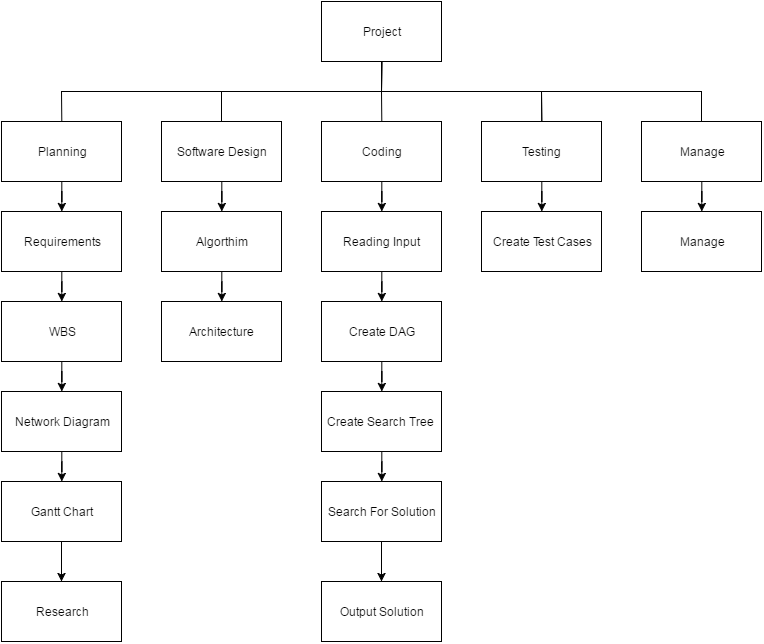
Before: WBS.png, a diagram exported from draw.io (JohPa8696/Softeng306-Project1). Source tidied: cells renumbered, new cells last; positions are measured from the earlier drawing's top-left corner, leaving out a move shared by most shapes.
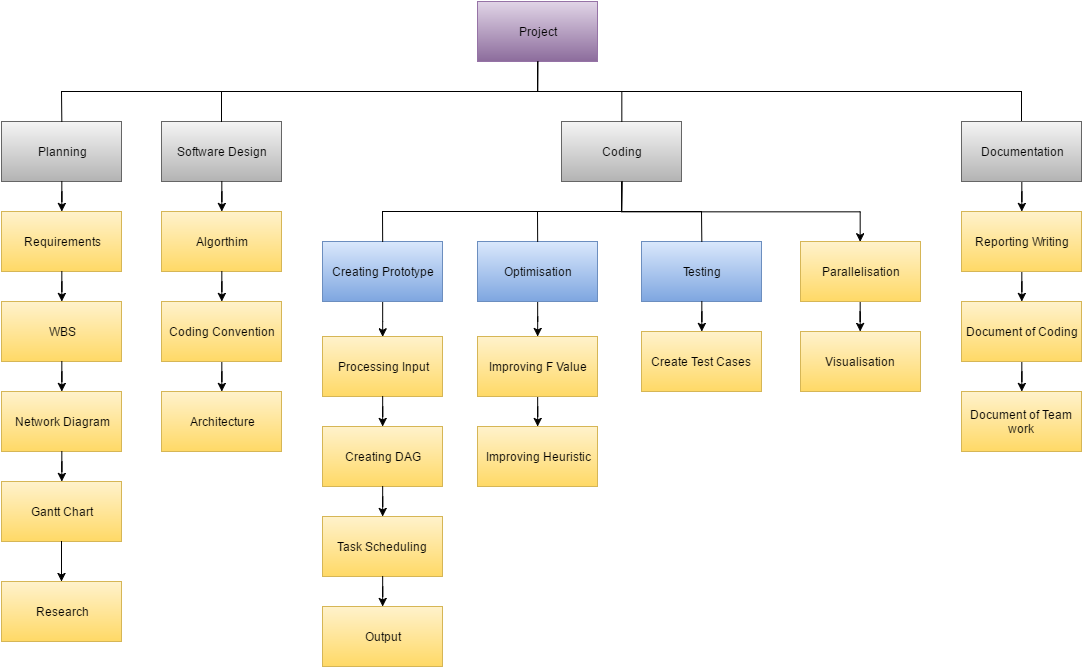
Above is the later version.

What changed in the source:
```diff
@@ -2,99 +2,66 @@
   <root>
     <mxCell id="0" style="html=1;" />
     <mxCell id="1" style="html=1;" parent="0" />
-    <mxCell id="2" value="Project" style="whiteSpace=wrap;html=1;" parent="1" vertex="1">
-      <mxGeometry x="320" width="120" height="60" as="geometry" />
+    <mxCell id="2" value="Project" style="whiteSpace=wrap;html=1;plain-purple;" parent="1" vertex="1">
+      <mxGeometry x="476" width="120" height="60" as="geometry" />
     </mxCell>
-    <mxCell id="3" value="Planning" style="whiteSpace=wrap;html=1;" parent="1" vertex="1">
+    <mxCell id="3" value="Planning" style="whiteSpace=wrap;html=1;plain-gray;" parent="1" vertex="1">
       <mxGeometry y="120" width="120" height="60" as="geometry" />
     </mxCell>
-    <mxCell id="4" value="Requirements" style="whiteSpace=wrap;html=1;" parent="1" vertex="1">
+    <mxCell id="4" value="Requirements" style="whiteSpace=wrap;html=1;plain-yellow;" parent="1" vertex="1">
       <mxGeometry y="210" width="120" height="60" as="geometry" />
     </mxCell>
-    <mxCell id="5" value="Testing" style="whiteSpace=wrap;html=1;" parent="1" vertex="1">
-      <mxGeometry x="480" y="120" width="120" height="60" as="geometry" />
+    <mxCell id="5" value="Testing" style="whiteSpace=wrap;html=1;plain-blue;" parent="1" vertex="1">
+      <mxGeometry x="640" y="240" width="120" height="60" as="geometry" />
     </mxCell>
-    <mxCell id="6" value="WBS" style="whiteSpace=wrap;html=1;" parent="1" vertex="1">
+    <mxCell id="6" value="WBS" style="whiteSpace=wrap;html=1;plain-yellow;" parent="1" vertex="1">
       <mxGeometry y="300" width="120" height="60" as="geometry" />
     </mxCell>
-    <mxCell id="7" value="Manage" style="whiteSpace=wrap;html=1;" parent="1" vertex="1">
-      <mxGeometry x="640" y="120" width="120" height="60" as="geometry" />
-    </mxCell>
-    <mxCell id="8" value="Network Diagram" style="whiteSpace=wrap;html=1;" parent="1" vertex="1">
+    <mxCell id="8" value="Network Diagram" style="whiteSpace=wrap;html=1;plain-yellow;" parent="1" vertex="1">
       <mxGeometry y="390" width="120" height="60" as="geometry" />
     </mxCell>
-    <mxCell id="9" value="Create Test Cases" style="whiteSpace=wrap;html=1;" parent="1" vertex="1">
-      <mxGeometry x="480" y="210" width="120" height="60" as="geometry" />
+    <mxCell id="9" value="Create Test Cases" style="whiteSpace=wrap;html=1;plain-yellow;" parent="1" vertex="1">
+      <mxGeometry x="640" y="330" width="120" height="60" as="geometry" />
     </mxCell>
-    <mxCell id="10" style="edgeStyle=orthogonalEdgeStyle;rounded=0;html=1;jettySize=auto;" parent="1" edge="1" source="11" target="18">
-      <mxGeometry relative="1" as="geometry" />
-    </mxCell>
-    <mxCell id="11" value="Gantt Chart" style="whiteSpace=wrap;html=1;" parent="1" vertex="1">
+    <mxCell id="11" value="Gantt Chart" style="whiteSpace=wrap;html=1;plain-yellow;" parent="1" vertex="1">
       <mxGeometry y="480" width="120" height="60" as="geometry" />
     </mxCell>
-    <mxCell id="12" style="edgeStyle=orthogonalEdgeStyle;rounded=0;html=1;jettySize=auto;" parent="1" edge="1" source="13" target="15">
-      <mxGeometry relative="1" as="geometry" />
-    </mxCell>
-    <mxCell id="13" value="&lt;span&gt;Software Design&lt;/span&gt;" style="whiteSpace=wrap;html=1;" parent="1" vertex="1">
+    <mxCell id="13" value="&lt;span&gt;Software Design&lt;/span&gt;" style="whiteSpace=wrap;html=1;plain-gray;" parent="1" vertex="1">
       <mxGeometry x="160" y="120" width="120" height="60" as="geometry" />
     </mxCell>
-    <mxCell id="14" style="edgeStyle=orthogonalEdgeStyle;rounded=0;html=1;jettySize=auto;" parent="1" edge="1" source="15" target="16">
-      <mxGeometry relative="1" as="geometry" />
-    </mxCell>
-    <mxCell id="15" value="Algorthim" style="whiteSpace=wrap;html=1;" parent="1" vertex="1">
+    <mxCell id="15" value="Algorthim" style="whiteSpace=wrap;html=1;plain-yellow;" parent="1" vertex="1">
       <mxGeometry x="160" y="210" width="120" height="60" as="geometry" />
     </mxCell>
+    <mxCell id="17" style="edgeStyle=elbowEdgeStyle;elbow=vertical;rounded=0;endArrow=none;endFill=0;html=1;exitX=0.5;exitY=1;" parent="1" edge="1" source="2" target="59">
+      <mxGeometry relative="1" as="geometry">
+        <Array as="points">
+          <mxPoint x="536" y="90" />
+          <mxPoint x="410" y="90" />
+          <mxPoint x="380" y="70" />
+          <mxPoint x="590" y="90" />
+        </Array>
+      </mxGeometry>
+    </mxCell>
+    <mxCell id="42" style="edgeStyle=orthogonalEdgeStyle;rounded=0;html=1;jettySize=auto;" parent="1" edge="1" source="16" target="43">
+      <mxGeometry relative="1" as="geometry" />
+    </mxCell>
-    <mxCell id="16" value="Architecture" style="whiteSpace=wrap;html=1;" parent="1" vertex="1">
+    <mxCell id="16" value="Coding Convention" style="whiteSpace=wrap;html=1;plain-yellow;" parent="1" vertex="1">
       <mxGeometry x="160" y="300" width="120" height="60" as="geometry" />
     </mxCell>
-    <mxCell id="17" style="edgeStyle=elbowEdgeStyle;elbow=vertical;rounded=0;endArrow=none;endFill=0;html=1;" parent="1" edge="1" target="7">
-      <mxGeometry relative="1" as="geometry">
-        <mxPoint x="380" y="70" as="sourcePoint" />
-        <Array as="points">
-          <mxPoint x="370" y="90" />
-          <mxPoint x="410" y="90" />
-          <mxPoint x="380" y="70" />
-          <mxPoint x="590" y="90" />
-        </Array>
-      </mxGeometry>
-    </mxCell>
+    <mxCell id="43" value="Architecture" style="whiteSpace=wrap;html=1;plain-yellow;" parent="1" vertex="1">
+      <mxGeometry x="160" y="390" width="120" height="60" as="geometry" />
+    </mxCell>
-    <mxCell id="18" value="Research" style="whiteSpace=wrap;html=1;" parent="1" vertex="1">
+    <mxCell id="18" value="Research" style="whiteSpace=wrap;html=1;plain-yellow;" parent="1" vertex="1">
       <mxGeometry y="580" width="120" height="60" as="geometry" />
     </mxCell>
-    <mxCell id="19" value="Manage" style="whiteSpace=wrap;html=1;" parent="1" vertex="1">
-      <mxGeometry x="640" y="210" width="120" height="60" as="geometry" />
-    </mxCell>
-    <mxCell id="20" style="edgeStyle=orthogonalEdgeStyle;rounded=0;html=1;jettySize=auto;" parent="1" edge="1" source="21" target="23">
-      <mxGeometry relative="1" as="geometry" />
-    </mxCell>
-    <mxCell id="21" value="Reading Input" style="whiteSpace=wrap;html=1;" parent="1" vertex="1">
-      <mxGeometry x="320" y="210" width="120" height="60" as="geometry" />
+    <mxCell id="21" value="Processing Input" style="whiteSpace=wrap;html=1;plain-yellow;" parent="1" vertex="1">
+      <mxGeometry x="321" y="335" width="120" height="60" as="geometry" />
     </mxCell>
-    <mxCell id="22" style="edgeStyle=orthogonalEdgeStyle;rounded=0;html=1;jettySize=auto;" parent="1" edge="1" source="23" target="25">
-      <mxGeometry relative="1" as="geometry" />
-    </mxCell>
-    <mxCell id="23" value="Create DAG" style="whiteSpace=wrap;html=1;" parent="1" vertex="1">
-      <mxGeometry x="320" y="300" width="120" height="60" as="geometry" />
-    </mxCell>
-    <mxCell id="24" style="edgeStyle=orthogonalEdgeStyle;rounded=0;html=1;jettySize=auto;" parent="1" edge="1" source="25" target="27">
-      <mxGeometry relative="1" as="geometry" />
-    </mxCell>
-    <mxCell id="25" value="Create Search Tree" style="whiteSpace=wrap;html=1;" parent="1" vertex="1">
-      <mxGeometry x="320" y="390" width="120" height="60" as="geometry" />
-    </mxCell>
-    <mxCell id="26" style="edgeStyle=orthogonalEdgeStyle;rounded=0;html=1;jettySize=auto;" parent="1" edge="1" source="27" target="28">
-      <mxGeometry relative="1" as="geometry" />
-    </mxCell>
-    <mxCell id="27" value="Search For Solution" style="whiteSpace=wrap;html=1;" parent="1" vertex="1">
-      <mxGeometry x="320" y="480" width="120" height="60" as="geometry" />
-    </mxCell>
-    <mxCell id="28" value="Output Solution" style="whiteSpace=wrap;html=1;" parent="1" vertex="1">
-      <mxGeometry x="320" y="580" width="120" height="60" as="geometry" />
-    </mxCell>
-    <mxCell id="29" style="endArrow=none;rounded=0;endFill=0;html=1;" parent="1" edge="1" source="2" target="13">
+    <mxCell id="29" style="endArrow=none;rounded=0;endFill=0;html=1;exitX=0.5;exitY=1;" parent="1" edge="1" source="2" target="13">
       <mxGeometry relative="1" as="geometry">
         <Array as="points">
-          <mxPoint x="380" y="90" />
+          <mxPoint x="536" y="90" />
+          <mxPoint x="460" y="90" />
           <mxPoint x="220" y="90" />
         </Array>
       </mxGeometry>
@@ -102,29 +69,27 @@
     <mxCell id="30" style="elbow=vertical;rounded=0;endArrow=none;endFill=0;html=1;exitX=0.5;exitY=1;entryX=0.5;entryY=0;" parent="1" edge="1" source="2" target="3">
       <mxGeometry relative="1" as="geometry">
         <Array as="points">
-          <mxPoint x="380" y="90" />
+          <mxPoint x="536" y="90" />
+          <mxPoint x="460" y="90" />
           <mxPoint x="60" y="90" />
         </Array>
       </mxGeometry>
     </mxCell>
-    <mxCell id="31" style="endArrow=none;rounded=0;endFill=0;html=1;exitX=0.5;exitY=1;entryX=0.5;entryY=0;" parent="1" edge="1" source="2" target="5">
-      <mxGeometry relative="1" as="geometry">
-        <Array as="points">
-          <mxPoint x="380" y="90" />
-          <mxPoint x="480" y="90" />
-          <mxPoint x="540" y="90" />
-        </Array>
-      </mxGeometry>
-    </mxCell>
+    <mxCell id="23" value="Creating DAG" style="whiteSpace=wrap;html=1;plain-yellow;" parent="1" vertex="1">
+      <mxGeometry x="321" y="425" width="120" height="60" as="geometry" />
+    </mxCell>
     <mxCell id="32" style="edgeStyle=orthogonalEdgeStyle;rounded=0;html=1;jettySize=auto;" parent="1" edge="1" source="3" target="4">
       <mxGeometry relative="1" as="geometry" />
     </mxCell>
+    <mxCell id="25" value="Task Scheduling" style="whiteSpace=wrap;html=1;plain-yellow;" parent="1" vertex="1">
+      <mxGeometry x="321" y="515" width="120" height="60" as="geometry" />
+    </mxCell>
     <mxCell id="33" style="edgeStyle=orthogonalEdgeStyle;rounded=0;html=1;jettySize=auto;" parent="1" edge="1" source="5" target="9">
       <mxGeometry relative="1" as="geometry" />
     </mxCell>
-    <mxCell id="34" style="edgeStyle=orthogonalEdgeStyle;rounded=0;html=1;jettySize=auto;" parent="1" edge="1" source="7" target="19">
-      <mxGeometry relative="1" as="geometry" />
-    </mxCell>
+    <mxCell id="27" value="Output" style="whiteSpace=wrap;html=1;plain-yellow;" parent="1" vertex="1">
+      <mxGeometry x="321" y="605" width="120" height="60" as="geometry" />
+    </mxCell>
     <mxCell id="35" style="edgeStyle=orthogonalEdgeStyle;rounded=0;html=1;jettySize=auto;" parent="1" edge="1" source="4" target="6">
       <mxGeometry relative="1" as="geometry" />
     </mxCell>
@@ -134,24 +99,119 @@
     <mxCell id="37" style="edgeStyle=orthogonalEdgeStyle;rounded=0;html=1;jettySize=auto;" parent="1" edge="1" source="8" target="11">
       <mxGeometry relative="1" as="geometry" />
     </mxCell>
-    <mxCell id="38" style="edgeStyle=orthogonalEdgeStyle;rounded=0;html=1;jettySize=auto;" parent="1" edge="1" source="39" target="21">
-      <mxGeometry relative="1" as="geometry" />
-    </mxCell>
+    <mxCell id="10" style="edgeStyle=orthogonalEdgeStyle;rounded=0;html=1;jettySize=auto;" parent="1" edge="1" source="11" target="18">
+      <mxGeometry relative="1" as="geometry" />
+    </mxCell>
+    <mxCell id="44" style="edgeStyle=orthogonalEdgeStyle;rounded=0;html=1;jettySize=auto;exitX=0.5;exitY=1;entryX=0.5;entryY=0;" parent="1" edge="1" source="39" target="46">
+      <mxGeometry relative="1" as="geometry">
+        <Array as="points">
+          <mxPoint x="620" y="210" />
+          <mxPoint x="859" y="210" />
+        </Array>
+      </mxGeometry>
+    </mxCell>
-    <mxCell id="39" value="&lt;span&gt;Coding&lt;/span&gt;" style="whiteSpace=wrap;html=1;" parent="1" vertex="1">
-      <mxGeometry x="320" y="120" width="120" height="60" as="geometry" />
+    <mxCell id="39" value="&lt;span&gt;Coding&lt;/span&gt;" style="whiteSpace=wrap;html=1;plain-gray;" parent="1" vertex="1">
+      <mxGeometry x="560" y="120" width="120" height="60" as="geometry" />
     </mxCell>
-    <mxCell id="40" style="endArrow=none;rounded=0;endFill=0;html=1;entryX=0.5;entryY=0;" parent="1" edge="1" source="2" target="5">
-      <mxGeometry relative="1" as="geometry">
-        <Array as="points">
-          <mxPoint x="380" y="90" />
-          <mxPoint x="540" y="90" />
-        </Array>
-      </mxGeometry>
-    </mxCell>
+    <mxCell id="45" style="edgeStyle=orthogonalEdgeStyle;rounded=0;html=1;jettySize=auto;" parent="1" edge="1" source="46" target="47">
+      <mxGeometry relative="1" as="geometry" />
+    </mxCell>
+    <mxCell id="46" value="&lt;span&gt;Parallelisation&lt;/span&gt;" style="whiteSpace=wrap;html=1;plain-yellow;" parent="1" vertex="1">
+      <mxGeometry x="799" y="240" width="120" height="60" as="geometry" />
+    </mxCell>
+    <mxCell id="47" value="&lt;span&gt;Visualisation&lt;/span&gt;" style="whiteSpace=wrap;html=1;plain-yellow;" parent="1" vertex="1">
+      <mxGeometry x="799" y="330" width="120" height="60" as="geometry" />
+    </mxCell>
+    <mxCell id="48" style="edgeStyle=orthogonalEdgeStyle;rounded=0;html=1;jettySize=auto;entryX=0.5;entryY=0;" parent="1" edge="1" source="49" target="21">
+      <mxGeometry relative="1" as="geometry" />
+    </mxCell>
+    <mxCell id="49" value="&lt;span&gt;Creating Prototype&lt;/span&gt;" style="whiteSpace=wrap;html=1;plain-blue;" parent="1" vertex="1">
+      <mxGeometry x="321" y="240" width="120" height="60" as="geometry" />
+    </mxCell>
+    <mxCell id="14" style="edgeStyle=orthogonalEdgeStyle;rounded=0;html=1;jettySize=auto;" parent="1" edge="1" source="15" target="16">
+      <mxGeometry relative="1" as="geometry" />
+    </mxCell>
+    <mxCell id="12" style="edgeStyle=orthogonalEdgeStyle;rounded=0;html=1;jettySize=auto;" parent="1" edge="1" source="13" target="15">
+      <mxGeometry relative="1" as="geometry" />
+    </mxCell>
+    <mxCell id="20" style="edgeStyle=orthogonalEdgeStyle;rounded=0;html=1;jettySize=auto;" parent="1" edge="1" source="21" target="23">
+      <mxGeometry relative="1" as="geometry" />
+    </mxCell>
+    <mxCell id="22" style="edgeStyle=orthogonalEdgeStyle;rounded=0;html=1;jettySize=auto;" parent="1" edge="1" source="23" target="25">
+      <mxGeometry relative="1" as="geometry" />
+    </mxCell>
+    <mxCell id="24" style="edgeStyle=orthogonalEdgeStyle;rounded=0;html=1;jettySize=auto;" parent="1" edge="1" source="25" target="27">
+      <mxGeometry relative="1" as="geometry" />
+    </mxCell>
+    <mxCell id="50" style="edgeStyle=orthogonalEdgeStyle;rounded=0;html=1;jettySize=auto;" parent="1" edge="1" source="51" target="53">
+      <mxGeometry relative="1" as="geometry" />
+    </mxCell>
+    <mxCell id="51" value="Optimisation" style="whiteSpace=wrap;html=1;plain-blue;" parent="1" vertex="1">
+      <mxGeometry x="476" y="240" width="120" height="60" as="geometry" />
+    </mxCell>
+    <mxCell id="52" style="edgeStyle=orthogonalEdgeStyle;rounded=0;html=1;jettySize=auto;" parent="1" edge="1" source="53" target="54">
+      <mxGeometry relative="1" as="geometry" />
+    </mxCell>
+    <mxCell id="53" value="Improving F Value" style="whiteSpace=wrap;html=1;plain-yellow;" parent="1" vertex="1">
+      <mxGeometry x="476" y="335" width="120" height="60" as="geometry" />
+    </mxCell>
+    <mxCell id="54" value="Improving Heuristic" style="whiteSpace=wrap;html=1;plain-yellow;" parent="1" vertex="1">
+      <mxGeometry x="476" y="425" width="120" height="60" as="geometry" />
+    </mxCell>
+    <mxCell id="55" style="elbow=vertical;rounded=0;endArrow=none;endFill=0;html=1;entryX=0.5;entryY=0;exitX=0.5;exitY=1;" parent="1" edge="1" source="39" target="5">
+      <mxGeometry x="884" y="250.3" as="geometry">
+        <Array as="points">
+          <mxPoint x="620" y="210" />
+          <mxPoint x="610" y="210" />
+          <mxPoint x="700" y="210" />
+        </Array>
+      </mxGeometry>
+    </mxCell>
+    <mxCell id="56" style="elbow=vertical;rounded=0;endArrow=none;endFill=0;html=1;entryX=0.5;entryY=0;exitX=0.5;exitY=1;" parent="1" edge="1" source="39" target="51">
+      <mxGeometry x="711" y="250.3" as="geometry">
+        <Array as="points">
+          <mxPoint x="620" y="210" />
+          <mxPoint x="536" y="210" />
+        </Array>
+      </mxGeometry>
+    </mxCell>
+    <mxCell id="57" style="elbow=vertical;rounded=0;endArrow=none;endFill=0;html=1;entryX=0.5;entryY=0;exitX=0.5;exitY=1;" parent="1" edge="1" source="39" target="49">
+      <mxGeometry x="721" y="260.3" as="geometry">
+        <Array as="points">
+          <mxPoint x="620" y="210" />
+          <mxPoint x="536" y="210" />
+          <mxPoint x="381" y="210" />
+        </Array>
+      </mxGeometry>
+    </mxCell>
+    <mxCell id="58" style="edgeStyle=orthogonalEdgeStyle;rounded=0;html=1;jettySize=auto;" parent="1" edge="1" source="59" target="61">
+      <mxGeometry relative="1" as="geometry" />
+    </mxCell>
+    <mxCell id="59" value="Documentation" style="whiteSpace=wrap;html=1;plain-gray;" parent="1" vertex="1">
+      <mxGeometry x="960" y="120" width="120" height="60" as="geometry" />
+    </mxCell>
+    <mxCell id="60" style="edgeStyle=orthogonalEdgeStyle;rounded=0;html=1;jettySize=auto;" parent="1" edge="1" source="61" target="63">
+      <mxGeometry relative="1" as="geometry" />
+    </mxCell>
+    <mxCell id="61" value="Reporting Writing" style="whiteSpace=wrap;html=1;plain-yellow;" parent="1" vertex="1">
+      <mxGeometry x="960" y="210" width="120" height="60" as="geometry" />
+    </mxCell>
+    <mxCell id="62" style="edgeStyle=orthogonalEdgeStyle;rounded=0;html=1;jettySize=auto;" parent="1" edge="1" source="63" target="64">
+      <mxGeometry relative="1" as="geometry" />
+    </mxCell>
+    <mxCell id="63" value="Document of Coding" style="whiteSpace=wrap;html=1;plain-yellow;" parent="1" vertex="1">
+      <mxGeometry x="960" y="300" width="120" height="60" as="geometry" />
+    </mxCell>
+    <mxCell id="64" value="Document of Team work" style="whiteSpace=wrap;html=1;plain-yellow;" parent="1" vertex="1">
+      <mxGeometry x="960" y="390" width="120" height="60" as="geometry" />
+    </mxCell>
-    <mxCell id="41" style="elbow=vertical;rounded=0;endArrow=none;endFill=0;html=1;entryX=0.5;entryY=0;exitX=0.5;exitY=1;" parent="1" edge="1" source="2" target="39">
-      <mxGeometry relative="1" as="geometry">
+    <mxCell id="41" style="edgeStyle=elbowEdgeStyle;elbow=vertical;rounded=0;endArrow=none;endFill=0;html=1;exitX=0.5;exitY=1;entryX=0.5;entryY=0;" parent="1" edge="1" source="2" target="39">
+      <mxGeometry x="895.9" y="150.2" as="geometry">
         <Array as="points">
-          <mxPoint x="380" y="90" />
+          <mxPoint x="590" y="90" />
+          <mxPoint x="420" y="100" />
+          <mxPoint x="390" y="80" />
+          <mxPoint x="600" y="100" />
         </Array>
       </mxGeometry>
     </mxCell>
```
